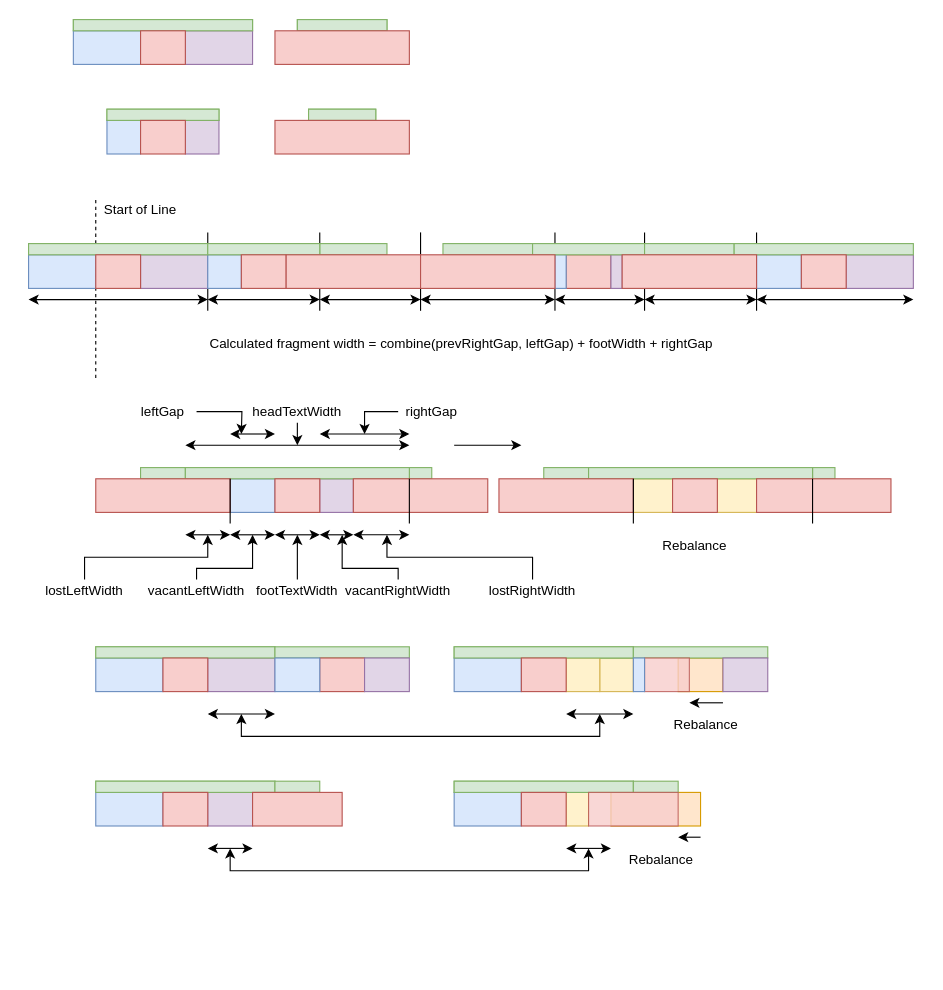
This is page "Text" (2 of 2) of knowledge.drawio from lauqerm/ygocarder, a draw.io file, before an edit. Source tidied: cells renumbered, new cells numbered last; positions are measured from the earlier drawing's top-left corner, leaving out a move shared by most shapes. Both pictures are drawn from the tidied source at 112%, with x=0, y=0 at pixel (28, 19).
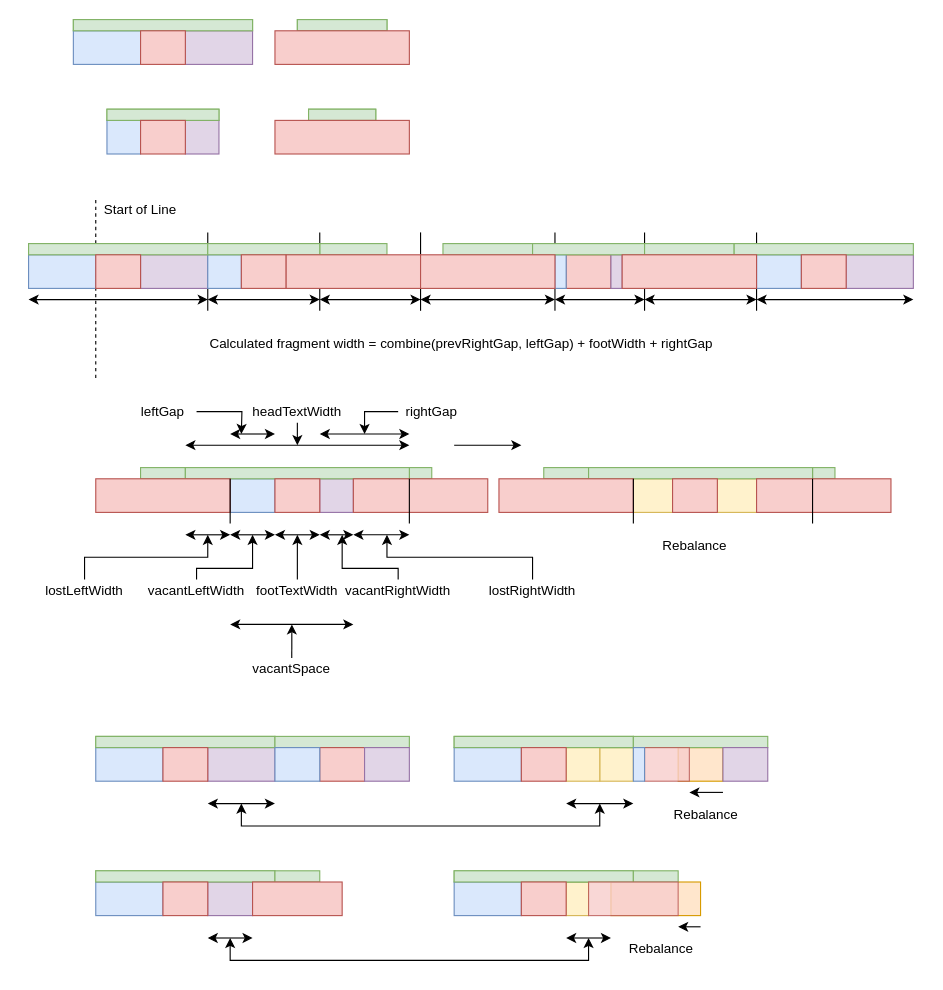
Above is the later version.

Change to the diagram source:
```diff
@@
     <mxCell id="2" style="rounded=0;whiteSpace=wrap;html=1;fillColor=#ffe6cc;strokeColor=#d79b00;" parent="1" vertex="1">
-      <mxGeometry x="580" y="570" width="40" height="30" as="geometry" />
+      <mxGeometry x="580" y="650" width="40" height="30" as="geometry" />
     </mxCell>
     <mxCell id="3" style="rounded=0;whiteSpace=wrap;html=1;fillColor=#ffe6cc;strokeColor=#d79b00;" parent="1" vertex="1">
-      <mxGeometry x="520" y="690" width="80" height="30" as="geometry" />
+      <mxGeometry x="520" y="770" width="80" height="30" as="geometry" />
     </mxCell>
     <mxCell id="4" style="rounded=0;whiteSpace=wrap;html=1;fillColor=#fff2cc;strokeColor=#d6b656;" parent="1" vertex="1">
-      <mxGeometry x="480" y="690" width="20" height="30" as="geometry" />
+      <mxGeometry x="480" y="770" width="20" height="30" as="geometry" />
     </mxCell>
     <mxCell id="5" style="rounded=0;whiteSpace=wrap;html=1;fillColor=#fff2cc;strokeColor=#d6b656;" parent="1" vertex="1">
-      <mxGeometry x="510" y="570" width="30" height="30" as="geometry" />
+      <mxGeometry x="510" y="650" width="30" height="30" as="geometry" />
     </mxCell>
@@
     <mxCell id="101" style="rounded=0;whiteSpace=wrap;html=1;fillColor=#d5e8d4;strokeColor=#82b366;" parent="1" vertex="1">
-      <mxGeometry x="60" y="560" width="160" height="10" as="geometry" />
+      <mxGeometry x="60" y="640" width="160" height="10" as="geometry" />
     </mxCell>
     <mxCell id="102" style="rounded=0;whiteSpace=wrap;html=1;fillColor=#dae8fc;strokeColor=#6c8ebf;" parent="1" vertex="1">
-      <mxGeometry x="60" y="570" width="60" height="30" as="geometry" />
+      <mxGeometry x="60" y="650" width="60" height="30" as="geometry" />
     </mxCell>
     <mxCell id="103" style="rounded=0;whiteSpace=wrap;html=1;fillColor=#e1d5e7;strokeColor=#9673a6;" parent="1" vertex="1">
-      <mxGeometry x="160" y="570" width="60" height="30" as="geometry" />
+      <mxGeometry x="160" y="650" width="60" height="30" as="geometry" />
     </mxCell>
     <mxCell id="104" style="rounded=0;whiteSpace=wrap;html=1;fillColor=#d5e8d4;strokeColor=#82b366;" parent="1" vertex="1">
-      <mxGeometry x="60" y="560" width="160" height="10" as="geometry" />
+      <mxGeometry x="60" y="640" width="160" height="10" as="geometry" />
     </mxCell>
     <mxCell id="105" style="rounded=0;whiteSpace=wrap;html=1;fillColor=#f8cecc;strokeColor=#b85450;" parent="1" vertex="1">
-      <mxGeometry x="120" y="570" width="40" height="30" as="geometry" />
+      <mxGeometry x="120" y="650" width="40" height="30" as="geometry" />
     </mxCell>
     <mxCell id="106" style="rounded=0;whiteSpace=wrap;html=1;fillColor=#d5e8d4;strokeColor=#82b366;" parent="1" vertex="1">
-      <mxGeometry x="220" y="560" width="120" height="10" as="geometry" />
+      <mxGeometry x="220" y="640" width="120" height="10" as="geometry" />
     </mxCell>
     <mxCell id="107" style="rounded=0;whiteSpace=wrap;html=1;fillColor=#f8cecc;strokeColor=#b85450;" parent="1" vertex="1">
-      <mxGeometry x="260" y="570" width="40" height="30" as="geometry" />
+      <mxGeometry x="260" y="650" width="40" height="30" as="geometry" />
     </mxCell>
     <mxCell id="108" style="rounded=0;whiteSpace=wrap;html=1;fillColor=#dae8fc;strokeColor=#6c8ebf;" parent="1" vertex="1">
-      <mxGeometry x="220" y="570" width="40" height="30" as="geometry" />
+      <mxGeometry x="220" y="650" width="40" height="30" as="geometry" />
     </mxCell>
     <mxCell id="109" style="rounded=0;whiteSpace=wrap;html=1;fillColor=#e1d5e7;strokeColor=#9673a6;" parent="1" vertex="1">
-      <mxGeometry x="300" y="570" width="40" height="30" as="geometry" />
+      <mxGeometry x="300" y="650" width="40" height="30" as="geometry" />
     </mxCell>
     <mxCell id="110" style="rounded=0;whiteSpace=wrap;html=1;fillColor=#d5e8d4;strokeColor=#82b366;" parent="1" vertex="1">
-      <mxGeometry x="380" y="560" width="160" height="10" as="geometry" />
+      <mxGeometry x="380" y="640" width="160" height="10" as="geometry" />
     </mxCell>
     <mxCell id="111" style="rounded=0;whiteSpace=wrap;html=1;fillColor=#dae8fc;strokeColor=#6c8ebf;" parent="1" vertex="1">
-      <mxGeometry x="380" y="570" width="60" height="30" as="geometry" />
+      <mxGeometry x="380" y="650" width="60" height="30" as="geometry" />
     </mxCell>
     <mxCell id="112" style="rounded=0;whiteSpace=wrap;html=1;fillColor=#fff2cc;strokeColor=#d6b656;" parent="1" vertex="1">
-      <mxGeometry x="480" y="570" width="30" height="30" as="geometry" />
+      <mxGeometry x="480" y="650" width="30" height="30" as="geometry" />
     </mxCell>
     <mxCell id="113" style="rounded=0;whiteSpace=wrap;html=1;fillColor=#d5e8d4;strokeColor=#82b366;" parent="1" vertex="1">
-      <mxGeometry x="380" y="560" width="160" height="10" as="geometry" />
+      <mxGeometry x="380" y="640" width="160" height="10" as="geometry" />
     </mxCell>
     <mxCell id="114" style="rounded=0;whiteSpace=wrap;html=1;fillColor=#f8cecc;strokeColor=#b85450;" parent="1" vertex="1">
-      <mxGeometry x="440" y="570" width="40" height="30" as="geometry" />
+      <mxGeometry x="440" y="650" width="40" height="30" as="geometry" />
     </mxCell>
     <mxCell id="115" style="rounded=0;whiteSpace=wrap;html=1;fillColor=#d5e8d4;strokeColor=#82b366;" parent="1" vertex="1">
-      <mxGeometry x="540" y="560" width="120" height="10" as="geometry" />
+      <mxGeometry x="540" y="640" width="120" height="10" as="geometry" />
     </mxCell>
     <mxCell id="116" style="rounded=0;whiteSpace=wrap;html=1;fillColor=#f8cecc;strokeColor=#b85450;opacity=80;" parent="1" vertex="1">
-      <mxGeometry x="550" y="570" width="40" height="30" as="geometry" />
+      <mxGeometry x="550" y="650" width="40" height="30" as="geometry" />
     </mxCell>
     <mxCell id="117" style="rounded=0;whiteSpace=wrap;html=1;fillColor=#dae8fc;strokeColor=#6c8ebf;" parent="1" vertex="1">
-      <mxGeometry x="540" y="570" width="10" height="30" as="geometry" />
+      <mxGeometry x="540" y="650" width="10" height="30" as="geometry" />
     </mxCell>
     <mxCell id="118" style="rounded=0;whiteSpace=wrap;html=1;fillColor=#e1d5e7;strokeColor=#9673a6;" parent="1" vertex="1">
-      <mxGeometry x="620" y="570" width="40" height="30" as="geometry" />
+      <mxGeometry x="620" y="650" width="40" height="30" as="geometry" />
     </mxCell>
     <mxCell id="119" style="endArrow=classic;startArrow=classic;html=1;rounded=0;" parent="1" edge="1">
       <mxGeometry relative="1" as="geometry">
-        <mxPoint x="160" y="620" as="sourcePoint" />
-        <mxPoint x="220" y="620" as="targetPoint" />
+        <mxPoint x="160" y="700" as="sourcePoint" />
+        <mxPoint x="220" y="700" as="targetPoint" />
       </mxGeometry>
     </mxCell>
@@
     <mxCell id="126" style="endArrow=classic;startArrow=classic;html=1;rounded=0;" parent="1" edge="1">
       <mxGeometry relative="1" as="geometry">
-        <mxPoint x="480" y="620" as="sourcePoint" />
-        <mxPoint x="540" y="620" as="targetPoint" />
+        <mxPoint x="480" y="700" as="sourcePoint" />
+        <mxPoint x="540" y="700" as="targetPoint" />
       </mxGeometry>
     </mxCell>
     <mxCell id="127" style="endArrow=classic;startArrow=classic;html=1;rounded=0;" parent="1" edge="1">
       <mxGeometry relative="1" as="geometry">
-        <mxPoint x="190" y="620" as="sourcePoint" />
-        <mxPoint x="510" y="620" as="targetPoint" />
+        <mxPoint x="190" y="700" as="sourcePoint" />
+        <mxPoint x="510" y="700" as="targetPoint" />
         <Array as="points">
-          <mxPoint x="190" y="640" />
-          <mxPoint x="510" y="640" />
+          <mxPoint x="190" y="720" />
+          <mxPoint x="510" y="720" />
         </Array>
       </mxGeometry>
     </mxCell>
     <mxCell id="128" value="Rebalance" style="text;html=1;align=center;verticalAlign=middle;whiteSpace=wrap;rounded=0;" parent="1" vertex="1">
-      <mxGeometry x="550" y="620" width="110" height="20" as="geometry" />
+      <mxGeometry x="550" y="700" width="110" height="20" as="geometry" />
     </mxCell>
     <mxCell id="129" style="rounded=0;whiteSpace=wrap;html=1;fillColor=#d5e8d4;strokeColor=#82b366;" parent="1" vertex="1">
-      <mxGeometry x="60" y="680" width="160" height="10" as="geometry" />
+      <mxGeometry x="60" y="760" width="160" height="10" as="geometry" />
     </mxCell>
     <mxCell id="130" style="rounded=0;whiteSpace=wrap;html=1;fillColor=#dae8fc;strokeColor=#6c8ebf;" parent="1" vertex="1">
-      <mxGeometry x="60" y="690" width="60" height="30" as="geometry" />
+      <mxGeometry x="60" y="770" width="60" height="30" as="geometry" />
     </mxCell>
     <mxCell id="131" style="rounded=0;whiteSpace=wrap;html=1;fillColor=#e1d5e7;strokeColor=#9673a6;" parent="1" vertex="1">
-      <mxGeometry x="160" y="690" width="40" height="30" as="geometry" />
+      <mxGeometry x="160" y="770" width="40" height="30" as="geometry" />
     </mxCell>
     <mxCell id="132" style="rounded=0;whiteSpace=wrap;html=1;fillColor=#d5e8d4;strokeColor=#82b366;" parent="1" vertex="1">
-      <mxGeometry x="60" y="680" width="160" height="10" as="geometry" />
+      <mxGeometry x="60" y="760" width="160" height="10" as="geometry" />
     </mxCell>
     <mxCell id="133" style="rounded=0;whiteSpace=wrap;html=1;fillColor=#f8cecc;strokeColor=#b85450;" parent="1" vertex="1">
-      <mxGeometry x="120" y="690" width="40" height="30" as="geometry" />
+      <mxGeometry x="120" y="770" width="40" height="30" as="geometry" />
     </mxCell>
     <mxCell id="134" style="rounded=0;whiteSpace=wrap;html=1;fillColor=#d5e8d4;strokeColor=#82b366;" parent="1" vertex="1">
-      <mxGeometry x="220" y="680" width="40" height="10" as="geometry" />
+      <mxGeometry x="220" y="760" width="40" height="10" as="geometry" />
     </mxCell>
     <mxCell id="135" style="rounded=0;whiteSpace=wrap;html=1;fillColor=#f8cecc;strokeColor=#b85450;" parent="1" vertex="1">
-      <mxGeometry x="200" y="690" width="80" height="30" as="geometry" />
+      <mxGeometry x="200" y="770" width="80" height="30" as="geometry" />
     </mxCell>
     <mxCell id="136" style="rounded=0;whiteSpace=wrap;html=1;fillColor=#d5e8d4;strokeColor=#82b366;" parent="1" vertex="1">
-      <mxGeometry x="380" y="680" width="160" height="10" as="geometry" />
+      <mxGeometry x="380" y="760" width="160" height="10" as="geometry" />
     </mxCell>
     <mxCell id="137" style="rounded=0;whiteSpace=wrap;html=1;fillColor=#dae8fc;strokeColor=#6c8ebf;" parent="1" vertex="1">
-      <mxGeometry x="380" y="690" width="60" height="30" as="geometry" />
+      <mxGeometry x="380" y="770" width="60" height="30" as="geometry" />
     </mxCell>
     <mxCell id="138" style="rounded=0;whiteSpace=wrap;html=1;fillColor=#d5e8d4;strokeColor=#82b366;" parent="1" vertex="1">
-      <mxGeometry x="380" y="680" width="160" height="10" as="geometry" />
+      <mxGeometry x="380" y="760" width="160" height="10" as="geometry" />
     </mxCell>
     <mxCell id="139" style="rounded=0;whiteSpace=wrap;html=1;fillColor=#f8cecc;strokeColor=#b85450;" parent="1" vertex="1">
-      <mxGeometry x="440" y="690" width="40" height="30" as="geometry" />
+      <mxGeometry x="440" y="770" width="40" height="30" as="geometry" />
     </mxCell>
     <mxCell id="140" style="rounded=0;whiteSpace=wrap;html=1;fillColor=#d5e8d4;strokeColor=#82b366;" parent="1" vertex="1">
-      <mxGeometry x="540" y="680" width="40" height="10" as="geometry" />
+      <mxGeometry x="540" y="760" width="40" height="10" as="geometry" />
     </mxCell>
     <mxCell id="141" style="rounded=0;whiteSpace=wrap;html=1;fillColor=#f8cecc;strokeColor=#b85450;opacity=80;" parent="1" vertex="1">
-      <mxGeometry x="500" y="690" width="80" height="30" as="geometry" />
+      <mxGeometry x="500" y="770" width="80" height="30" as="geometry" />
     </mxCell>
     <mxCell id="142" style="endArrow=classic;startArrow=classic;html=1;rounded=0;" parent="1" edge="1">
       <mxGeometry relative="1" as="geometry">
-        <mxPoint x="160" y="740" as="sourcePoint" />
-        <mxPoint x="200" y="740" as="targetPoint" />
+        <mxPoint x="160" y="820" as="sourcePoint" />
+        <mxPoint x="200" y="820" as="targetPoint" />
       </mxGeometry>
     </mxCell>
     <mxCell id="143" style="endArrow=classic;startArrow=classic;html=1;rounded=0;" parent="1" edge="1">
       <mxGeometry relative="1" as="geometry">
-        <mxPoint x="480" y="740" as="sourcePoint" />
-        <mxPoint x="520" y="740" as="targetPoint" />
+        <mxPoint x="480" y="820" as="sourcePoint" />
+        <mxPoint x="520" y="820" as="targetPoint" />
       </mxGeometry>
     </mxCell>
     <mxCell id="144" style="endArrow=classic;startArrow=classic;html=1;rounded=0;" parent="1" edge="1">
       <mxGeometry relative="1" as="geometry">
-        <mxPoint x="180" y="740" as="sourcePoint" />
-        <mxPoint x="500" y="740" as="targetPoint" />
+        <mxPoint x="180" y="820" as="sourcePoint" />
+        <mxPoint x="500" y="820" as="targetPoint" />
         <Array as="points">
-          <mxPoint x="180" y="760" />
-          <mxPoint x="500" y="760" />
+          <mxPoint x="180" y="840" />
+          <mxPoint x="500" y="840" />
         </Array>
       </mxGeometry>
     </mxCell>
     <mxCell id="145" value="Rebalance" style="text;html=1;align=center;verticalAlign=middle;whiteSpace=wrap;rounded=0;" parent="1" vertex="1">
-      <mxGeometry x="510" y="740" width="110" height="20" as="geometry" />
+      <mxGeometry x="510" y="820" width="110" height="20" as="geometry" />
     </mxCell>
     <mxCell id="146" style="endArrow=classic;html=1;rounded=0;" parent="1" edge="1">
       <mxGeometry relative="1" as="geometry">
-        <mxPoint x="620" y="610" as="sourcePoint" />
-        <mxPoint x="590" y="610" as="targetPoint" />
+        <mxPoint x="620" y="690" as="sourcePoint" />
+        <mxPoint x="590" y="690" as="targetPoint" />
       </mxGeometry>
     </mxCell>
     <mxCell id="147" style="endArrow=classic;html=1;rounded=0;" parent="1" edge="1">
       <mxGeometry relative="1" as="geometry">
-        <mxPoint x="600" y="730" as="sourcePoint" />
-        <mxPoint x="580" y="730" as="targetPoint" />
+        <mxPoint x="600" y="810" as="sourcePoint" />
+        <mxPoint x="580" y="810" as="targetPoint" />
       </mxGeometry>
     </mxCell>
+    <mxCell id="148" style="endArrow=classic;startArrow=classic;html=1;rounded=0;" parent="1" edge="1">
+      <mxGeometry relative="1" as="geometry">
+        <mxPoint x="180" y="540" as="sourcePoint" />
+        <mxPoint x="290" y="540" as="targetPoint" />
+      </mxGeometry>
+    </mxCell>
+    <mxCell id="149" style="edgeStyle=orthogonalEdgeStyle;rounded=0;jettySize=auto;html=1;exitX=0.5;exitY=0;exitDx=0;exitDy=0;" parent="1" edge="1" source="150">
+      <mxGeometry relative="1" as="geometry">
+        <mxPoint x="235.1" y="540" as="targetPoint" />
+      </mxGeometry>
+    </mxCell>
+    <mxCell id="150" value="vacantSpace" style="text;html=1;align=center;verticalAlign=middle;whiteSpace=wrap;rounded=0;" parent="1" vertex="1">
+      <mxGeometry x="180" y="570" width="110" height="20" as="geometry" />
+    </mxCell>
```
